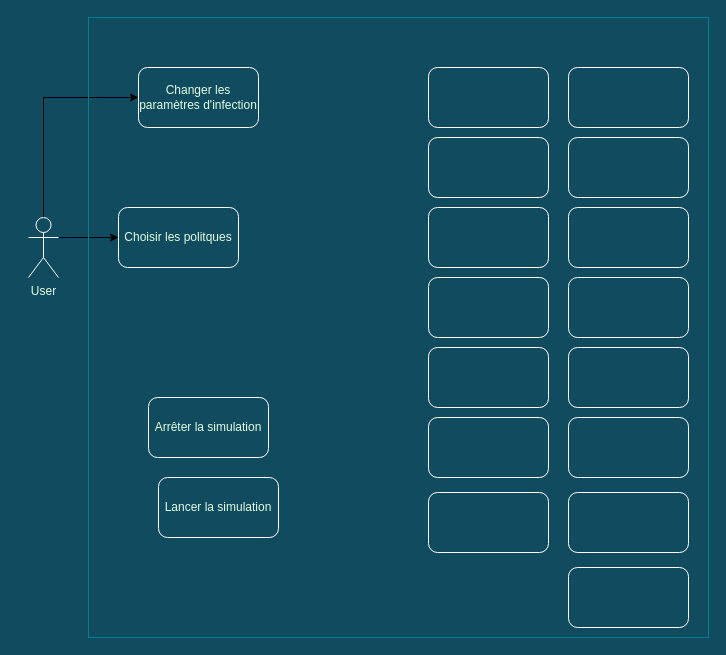
Yaimuu/SIR_Project keeps this draw.io diagram as UML/Use Cases Diagram.drawio. Above is the earlier version. Source tidied: cells renumbered, new cells numbered last; positions are measured from the earlier drawing's top-left corner, leaving out a move shared by most shapes. Both pictures are drawn from the tidied source at 100%, with x=0, y=0 at pixel (28, 17).
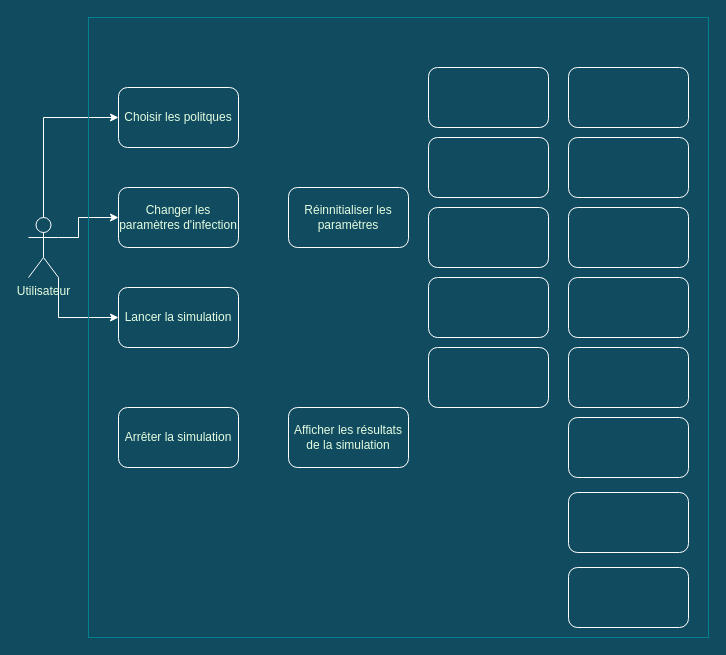
The same page after the edit.

The edit, as a diff of the source:
```diff
@@
+    <mxCell id="25" style="edgeStyle=orthogonalEdgeStyle;rounded=0;jettySize=auto;html=1;exitX=1;exitY=1;exitDx=0;exitDy=0;exitPerimeter=0;entryX=0;entryY=0.5;entryDx=0;entryDy=0;strokeColor=#FFFFFF;" parent="1" edge="1" source="4" target="14">
+      <mxGeometry relative="1" as="geometry" />
+    </mxCell>
-    <mxCell id="2" style="edgeStyle=orthogonalEdgeStyle;rounded=0;jettySize=auto;html=1;exitX=0.5;exitY=0;exitDx=0;exitDy=0;exitPerimeter=0;entryX=0;entryY=0.5;entryDx=0;entryDy=0;" parent="1" edge="1" source="4" target="6">
-      <mxGeometry relative="1" as="geometry" />
+    <mxCell id="2" style="edgeStyle=orthogonalEdgeStyle;rounded=0;jettySize=auto;html=1;exitX=1;exitY=0.3333333333333333;exitDx=0;exitDy=0;exitPerimeter=0;entryX=0;entryY=0.5;entryDx=0;entryDy=0;strokeColor=#FFFFFF;" parent="1" edge="1" source="4" target="6">
+      <mxGeometry relative="1" as="geometry">
+        <Array as="points">
+          <mxPoint x="50" y="220" />
+          <mxPoint x="50" y="200" />
+        </Array>
+      </mxGeometry>
     </mxCell>
-    <mxCell id="3" style="edgeStyle=orthogonalEdgeStyle;rounded=0;jettySize=auto;html=1;exitX=1;exitY=0.3333333333333333;exitDx=0;exitDy=0;exitPerimeter=0;entryX=0;entryY=0.5;entryDx=0;entryDy=0;" parent="1" edge="1" source="4" target="8">
+    <mxCell id="3" style="edgeStyle=orthogonalEdgeStyle;rounded=0;jettySize=auto;html=1;exitX=0.5;exitY=0;exitDx=0;exitDy=0;exitPerimeter=0;entryX=0;entryY=0.5;entryDx=0;entryDy=0;strokeColor=#FFFFFF;" parent="1" edge="1" source="4" target="8">
       <mxGeometry relative="1" as="geometry" />
     </mxCell>
-    <mxCell id="4" value="User" style="shape=umlActor;verticalLabelPosition=bottom;verticalAlign=top;html=1;outlineConnect=0;fontColor=#E4FDE1;fillColor=none;strokeColor=#FFFFFF;" parent="1" vertex="1">
+    <mxCell id="4" value="Utilisateur" style="shape=umlActor;verticalLabelPosition=bottom;verticalAlign=top;html=1;outlineConnect=0;fontColor=#E4FDE1;fillColor=none;strokeColor=#FFFFFF;" parent="1" vertex="1">
       <mxGeometry y="200" width="30" height="60" as="geometry" />
     </mxCell>
@@
     <mxCell id="6" value="Changer les paramètres d'infection" style="rounded=1;whiteSpace=wrap;html=1;fillColor=none;fontColor=#E4FDE1;strokeColor=#FFFFFF;" parent="1" vertex="1">
-      <mxGeometry x="110" y="50" width="120" height="60" as="geometry" />
+      <mxGeometry x="90" y="170" width="120" height="60" as="geometry" />
     </mxCell>
@@
     <mxCell id="8" value="Choisir les politques" style="rounded=1;whiteSpace=wrap;html=1;fillColor=none;fontColor=#E4FDE1;strokeColor=#FFFFFF;" parent="1" vertex="1">
-      <mxGeometry x="90" y="190" width="120" height="60" as="geometry" />
+      <mxGeometry x="90" y="70" width="120" height="60" as="geometry" />
     </mxCell>
@@
     <mxCell id="14" value="Lancer la simulation" style="rounded=1;whiteSpace=wrap;html=1;fillColor=none;fontColor=#E4FDE1;strokeColor=#FFFFFF;" parent="1" vertex="1">
-      <mxGeometry x="130" y="460" width="120" height="60" as="geometry" />
+      <mxGeometry x="90" y="270" width="120" height="60" as="geometry" />
     </mxCell>
-    <mxCell id="15" style="rounded=1;whiteSpace=wrap;html=1;fillColor=none;fontColor=#E4FDE1;strokeColor=#FFFFFF;" parent="1" vertex="1">
-      <mxGeometry x="400" y="475" width="120" height="60" as="geometry" />
+    <mxCell id="15" value="Afficher les résultats de la simulation" style="rounded=1;whiteSpace=wrap;html=1;fillColor=none;fontColor=#E4FDE1;strokeColor=#FFFFFF;" parent="1" vertex="1">
+      <mxGeometry x="260" y="390" width="120" height="60" as="geometry" />
     </mxCell>
     <mxCell id="16" value="Arrêter la simulation" style="rounded=1;whiteSpace=wrap;html=1;fillColor=none;fontColor=#E4FDE1;strokeColor=#FFFFFF;" parent="1" vertex="1">
-      <mxGeometry x="120" y="380" width="120" height="60" as="geometry" />
+      <mxGeometry x="90" y="390" width="120" height="60" as="geometry" />
     </mxCell>
@@
-    <mxCell id="18" style="rounded=1;whiteSpace=wrap;html=1;fillColor=none;fontColor=#E4FDE1;strokeColor=#FFFFFF;" parent="1" vertex="1">
-      <mxGeometry x="400" y="400" width="120" height="60" as="geometry" />
+    <mxCell id="18" value="Réinnitialiser les paramètres" style="rounded=1;whiteSpace=wrap;html=1;fillColor=none;fontColor=#E4FDE1;strokeColor=#FFFFFF;" parent="1" vertex="1">
+      <mxGeometry x="260" y="170" width="120" height="60" as="geometry" />
     </mxCell>
```
